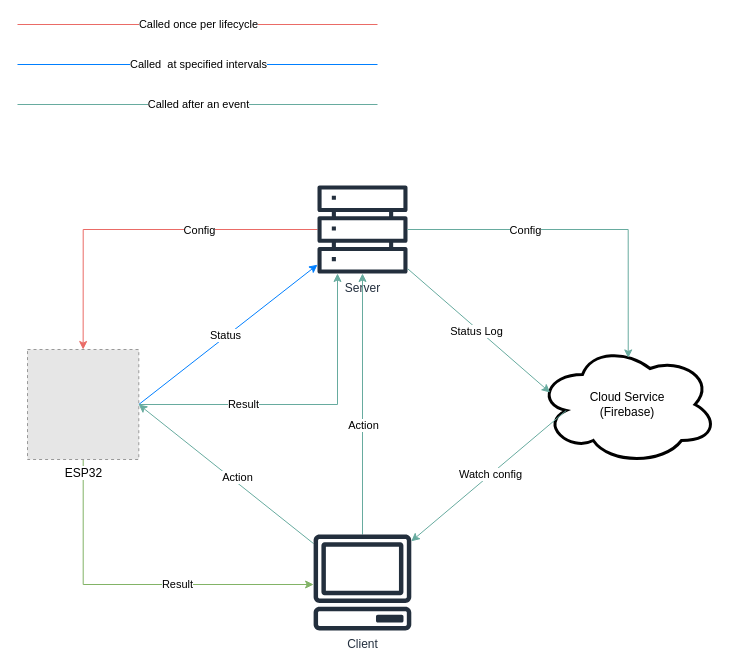
Earlier version of the draw.io diagram system_design.drawio (dev-tronghieu/laplalaplanh). Source tidied: cells renumbered, new cells numbered last; positions are measured from the earlier drawing's top-left corner, leaving out a move shared by most shapes. Both pictures are drawn from the tidied source at 100%, with x=0, y=0 at pixel (17, 24). Pictures stored in the file or linked from it are replaced by grey dashed boxes.
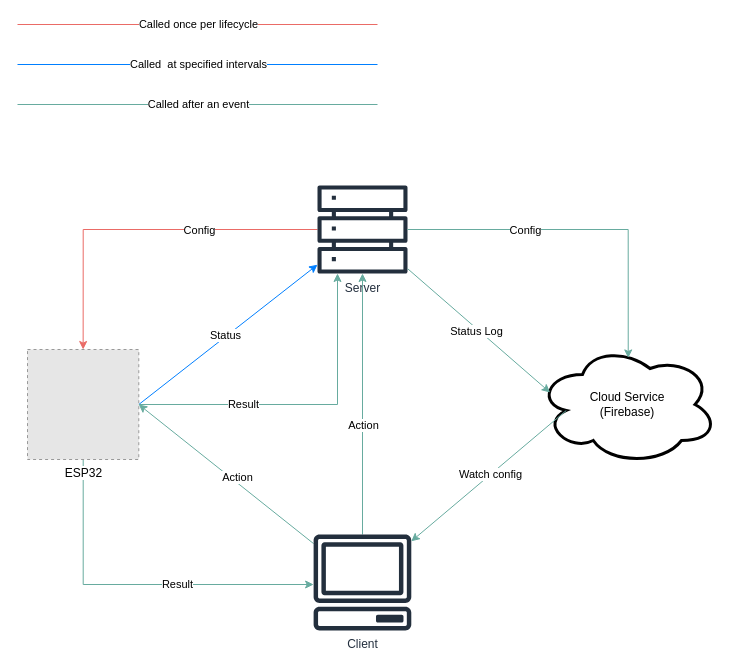
The same page after the edit.

Commit message:
docs: fix wrong indicating color

Unchanged cells that the change refers to:
```xml
<mxCell id="12" value="ESP32" style="fillColor=#E6E6E6;strokeColor=#999999;dashed=1;html=1;verticalAlign=top;verticalLabelPosition=bottom;labelBackgroundColor=#ffffff;" parent="1" vertex="1">
  <mxGeometry x="10" y="325" width="111.3" height="110" as="geometry" />
</mxCell>
<mxCell id="19" value="Client" style="sketch=0;outlineConnect=0;fontColor=#232F3E;gradientColor=none;fillColor=#232F3D;strokeColor=none;dashed=0;verticalLabelPosition=bottom;verticalAlign=top;align=center;html=1;fontSize=12;fontStyle=0;shape=mxgraph.aws4.client;fontFamily=Helvetica;" parent="1" vertex="1">
  <mxGeometry x="295.7" y="510" width="98.5" height="96" as="geometry" />
</mxCell>
```

Diff of the diagram source:
```diff
@@
-    <mxCell id="10" style="edgeStyle=orthogonalEdgeStyle;rounded=0;jettySize=auto;html=1;fillColor=#d5e8d4;strokeColor=#82b366;" parent="1" edge="1" source="12" target="19">
+    <mxCell id="10" style="edgeStyle=orthogonalEdgeStyle;rounded=0;jettySize=auto;html=1;fillColor=#d5e8d4;strokeColor=#67AB9F;" parent="1" edge="1" source="12" target="19">
       <mxGeometry relative="1" as="geometry">
         <Array as="points">
           <mxPoint x="66" y="560" />
         </Array>
       </mxGeometry>
     </mxCell>
```
